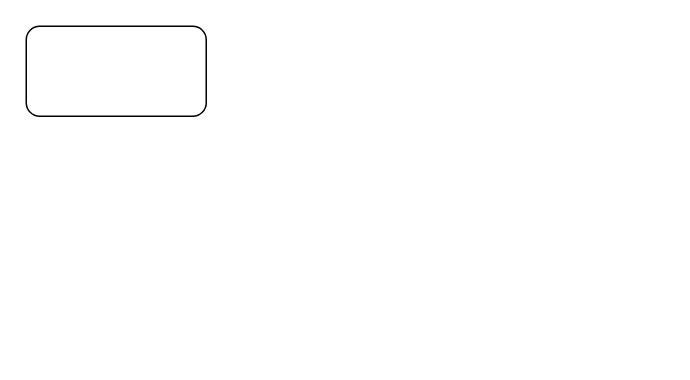
This is 未命名绘图.drawio from HappyBinbin/k8s-learn, a draw.io file, before an edit. Source tidied: cells renumbered, new cells numbered last; positions are measured from the earlier drawing's top-left corner, leaving out a move shared by most shapes. Both pictures are drawn from the tidied source at 150%, with x=0, y=0 at pixel (26, 26).
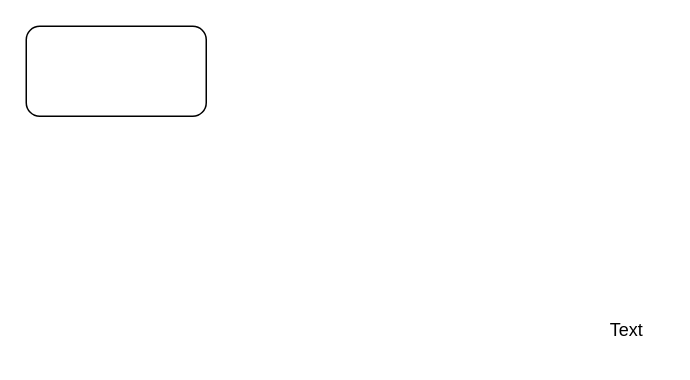
The same page after the edit.

Change to the diagram source:
```diff
@@
 <mxGraphModel>
   <root>
     <mxCell id="0" />
     <mxCell id="1" parent="0" />
     <mxCell id="2" style="rounded=1;whiteSpace=wrap;html=1;" parent="1" vertex="1">
       <mxGeometry width="120" height="60" as="geometry" />
     </mxCell>
+    <mxCell id="3" value="Text" style="text;html=1;align=center;verticalAlign=middle;strokeColor=none;fillColor=none;" parent="1" vertex="1">
+      <mxGeometry x="375" y="188" width="50" height="30" as="geometry" />
+    </mxCell>
   </root>
 </mxGraphModel>
```
